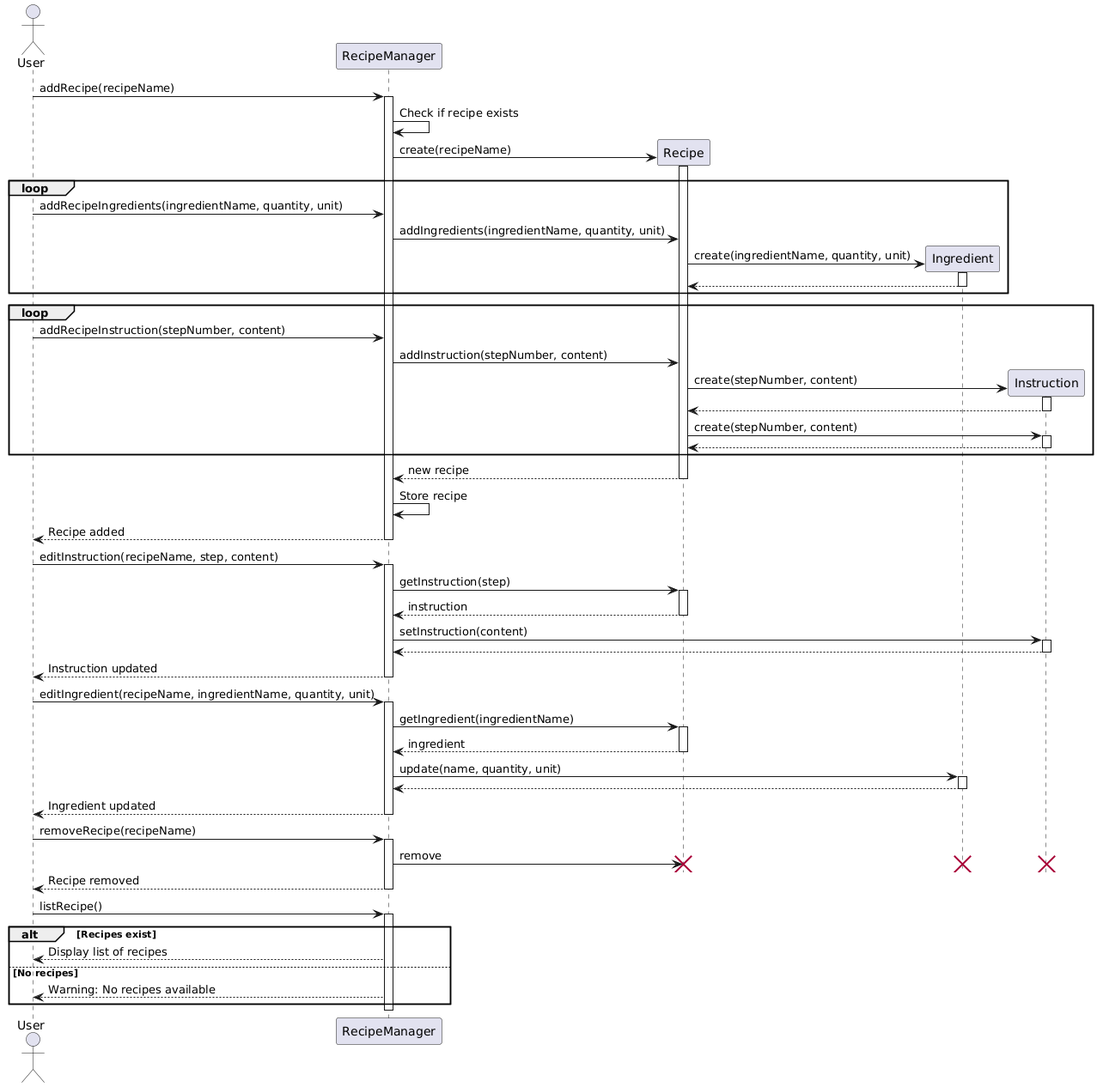
Earlier version of the PlantUML export docs/Recipe_Sequence_Diagram.png (yok2086/tp).
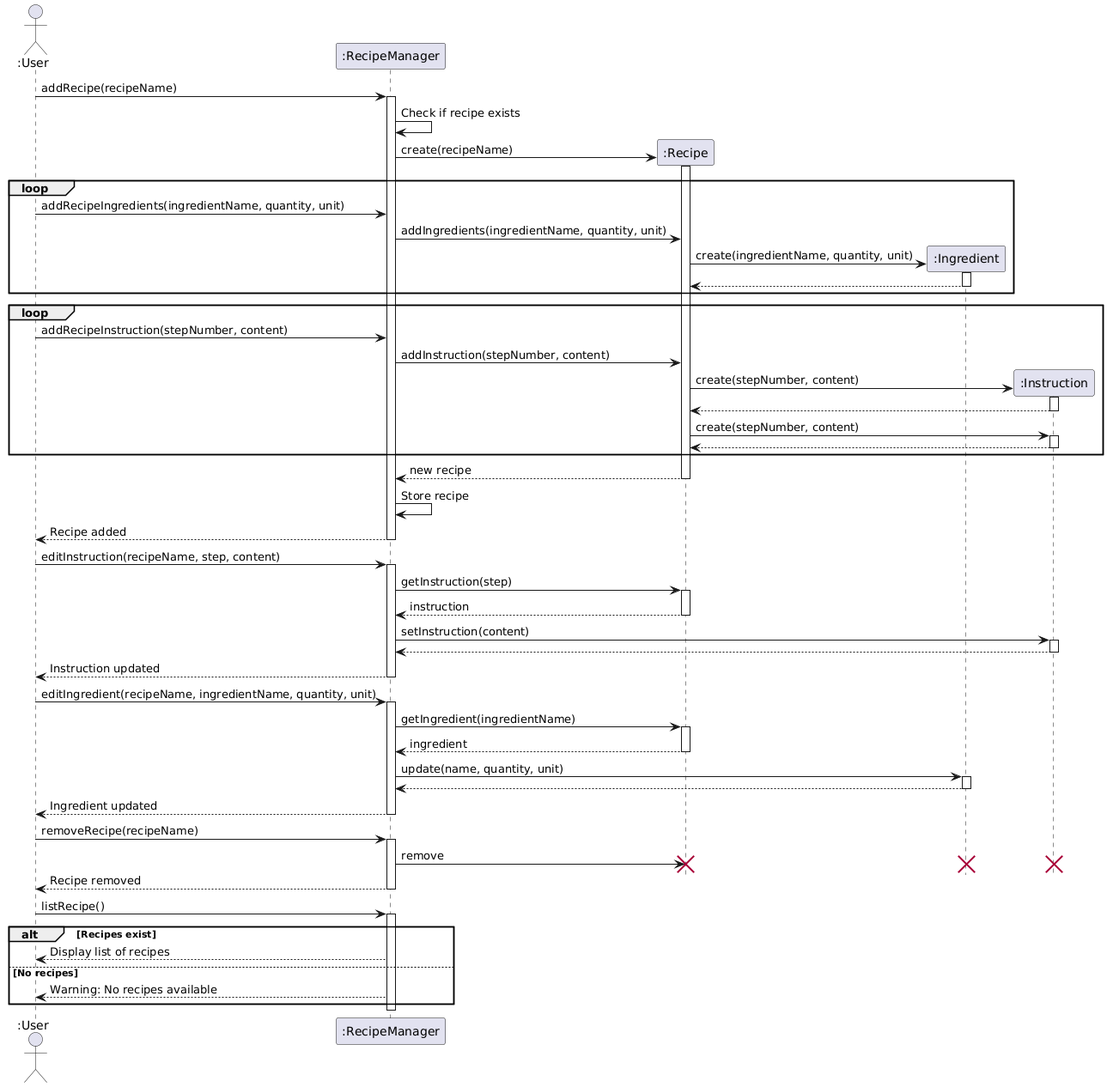
After the change.

Commit message:
Fix recipe-related TA issue

The edit, as a diff of the source:
```diff
@@ -1,88 +1,87 @@
 @startuml
-actor User
-participant RecipeManager
-participant Recipe
-participant Ingredient
-participant Instruction
+actor ":User"
+participant ":RecipeManager"
+participant ":Recipe"
+participant ":Ingredient"
+participant ":Instruction"
 
-User -> RecipeManager: addRecipe(recipeName)
-activate RecipeManager
-RecipeManager -> RecipeManager: Check if recipe exists
-create Recipe
-RecipeManager -> Recipe: create(recipeName)
-activate Recipe
+":User" -> ":RecipeManager": addRecipe(recipeName)
+activate ":RecipeManager"
+":RecipeManager" -> ":RecipeManager": Check if recipe exists
+create ":Recipe"
+":RecipeManager" -> ":Recipe": create(recipeName)
+activate ":Recipe"
 loop
-  User -> RecipeManager: addRecipeIngredients(ingredientName, quantity, unit)
-  RecipeManager -> Recipe: addIngredients(ingredientName, quantity, unit)
-  create Ingredient
-  Recipe -> Ingredient: create(ingredientName, quantity, unit)
-  activate Ingredient
-  Ingredient --> Recipe
-  deactivate Ingredient
+  ":User" -> ":RecipeManager": addRecipeIngredients(ingredientName, quantity, unit)
+  ":RecipeManager" -> ":Recipe": addIngredients(ingredientName, quantity, unit)
+  create ":Ingredient"
+  ":Recipe" -> ":Ingredient": create(ingredientName, quantity, unit)
+  activate ":Ingredient"
+  ":Ingredient" --> ":Recipe"
+  deactivate ":Ingredient"
 end
 loop
-  User -> RecipeManager: addRecipeInstruction(stepNumber, content)
-  RecipeManager -> Recipe: addInstruction(stepNumber, content)
-  create Instruction
-  Recipe -> Instruction: create(stepNumber, content)
-  activate Instruction
-  Instruction --> Recipe
-  deactivate Instruction
-  Recipe -> Instruction: create(stepNumber, content)
-  activate Instruction
-  Instruction --> Recipe
-  deactivate Instruction
+  ":User" -> ":RecipeManager": addRecipeInstruction(stepNumber, content)
+  ":RecipeManager" -> ":Recipe": addInstruction(stepNumber, content)
+  create ":Instruction"
+  ":Recipe" -> ":Instruction": create(stepNumber, content)
+  activate ":Instruction"
+  ":Instruction" --> ":Recipe"
+  deactivate ":Instruction"
+  ":Recipe" -> ":Instruction": create(stepNumber, content)
+  activate ":Instruction"
+  ":Instruction" --> ":Recipe"
+  deactivate ":Instruction"
 end
-Recipe --> RecipeManager: new recipe
-deactivate Recipe
-RecipeManager -> RecipeManager: Store recipe
-RecipeManager --> User: Recipe added
-deactivate Recipe
-deactivate RecipeManager
+":Recipe" --> ":RecipeManager": new recipe
+deactivate ":Recipe"
+":RecipeManager" -> ":RecipeManager": Store recipe
+":RecipeManager" --> ":User": Recipe added
+deactivate ":RecipeManager"
 
-User -> RecipeManager: editInstruction(recipeName, step, content)
-activate RecipeManager
-RecipeManager -> Recipe: getInstruction(step)
-activate Recipe
+":User" -> ":RecipeManager": editInstruction(recipeName, step, content)
+activate ":RecipeManager"
+":RecipeManager" -> ":Recipe": getInstruction(step)
+activate ":Recipe"
 
-Recipe --> RecipeManager: instruction
-deactivate Recipe
-RecipeManager -> Instruction: setInstruction(content)
-activate Instruction
-Instruction --> RecipeManager
-deactivate Instruction
-RecipeManager --> User: Instruction updated
-deactivate RecipeManager
+":Recipe" --> ":RecipeManager": instruction
+deactivate ":Recipe"
+":RecipeManager" -> ":Instruction": setInstruction(content)
+activate ":Instruction"
+":Instruction" --> ":RecipeManager"
+deactivate ":Instruction"
+":RecipeManager" --> ":User": Instruction updated
+deactivate ":RecipeManager"
 
-User -> RecipeManager: editIngredient(recipeName, ingredientName, quantity, unit)
-activate RecipeManager
-RecipeManager -> Recipe: getIngredient(ingredientName)
-activate Recipe
+":User" -> ":RecipeManager": editIngredient(recipeName, ingredientName, quantity, unit)
+activate ":RecipeManager"
+":RecipeManager" -> ":Recipe": getIngredient(ingredientName)
+activate ":Recipe"
 
-Recipe --> RecipeManager: ingredient
-deactivate Recipe
-RecipeManager -> Ingredient: update(name, quantity, unit)
-activate Ingredient
-Ingredient --> RecipeManager
-deactivate Ingredient
-RecipeManager --> User: Ingredient updated
-deactivate RecipeManager
+":Recipe" --> ":RecipeManager": ingredient
+deactivate ":Recipe"
+":RecipeManager" -> ":Ingredient": update(name, quantity, unit)
+activate ":Ingredient"
+":Ingredient" --> ":RecipeManager"
+deactivate ":Ingredient"
+":RecipeManager" --> ":User": Ingredient updated
+deactivate ":RecipeManager"
 
-User -> RecipeManager: removeRecipe(recipeName)
-activate RecipeManager
-RecipeManager -> Recipe: remove
-destroy Ingredient
-destroy Instruction
-destroy Recipe
-RecipeManager --> User: Recipe removed
-deactivate RecipeManager
+":User" -> ":RecipeManager": removeRecipe(recipeName)
+activate ":RecipeManager"
+":RecipeManager" -> ":Recipe": remove
+destroy ":Ingredient"
+destroy ":Instruction"
+destroy ":Recipe"
+":RecipeManager" --> ":User": Recipe removed
+deactivate ":RecipeManager"
 
-User -> RecipeManager: listRecipe()
-activate RecipeManager
+":User" -> ":RecipeManager": listRecipe()
+activate ":RecipeManager"
 alt Recipes exist
-    RecipeManager --> User: Display list of recipes
+    ":RecipeManager" --> ":User": Display list of recipes
 else No recipes
-    RecipeManager --> User: Warning: No recipes available
+    ":RecipeManager" --> ":User": Warning: No recipes available
 end
-deactivate RecipeManager
+deactivate ":RecipeManager"
 @enduml
```
